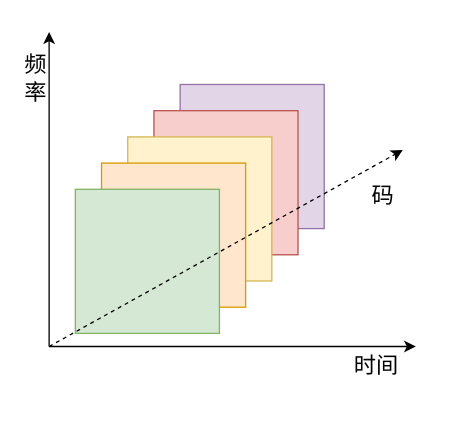
Before: CDMA.drawio in xiaotudoudoudoud/pipilu, a draw.io diagram. Source tidied: cells renumbered, new cells numbered last; positions are measured from the earlier drawing's top-left corner, leaving out a move shared by most shapes. Both pictures are drawn from the tidied source at 131%, with x=0, y=0 at pixel (22, 31).
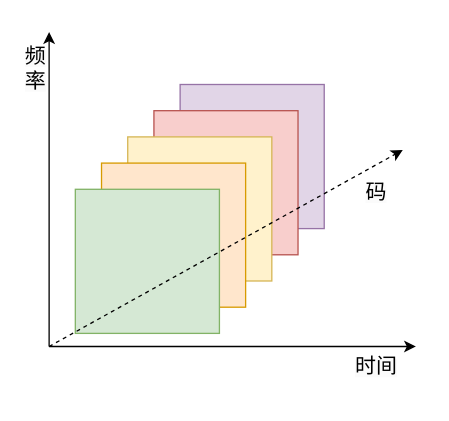
The same page after the edit.

The edit, as a diff of the source:
```diff
@@
 <mxGraphModel>
   <root>
     <mxCell id="0" />
     <mxCell id="1" parent="0" />
     <mxCell id="2" style="endArrow=classic;html=1;rounded=0;" parent="1" edge="1">
       <mxGeometry relative="1" as="geometry">
         <mxPoint x="20" y="240" as="sourcePoint" />
         <mxPoint x="300" y="240" as="targetPoint" />
       </mxGeometry>
     </mxCell>
     <mxCell id="3" style="endArrow=classic;html=1;rounded=0;" parent="1" edge="1">
       <mxGeometry relative="1" as="geometry">
         <mxPoint x="20" y="240" as="sourcePoint" />
         <mxPoint x="20" as="targetPoint" />
       </mxGeometry>
     </mxCell>
     <mxCell id="4" style="whiteSpace=wrap;html=1;fillColor=#e1d5e7;strokeColor=#9673a6;" parent="1" vertex="1">
       <mxGeometry x="120" y="40" width="110" height="110" as="geometry" />
     </mxCell>
     <mxCell id="5" style="whiteSpace=wrap;html=1;fillColor=#f8cecc;strokeColor=#b85450;" parent="1" vertex="1">
       <mxGeometry x="100" y="60" width="110" height="110" as="geometry" />
     </mxCell>
     <mxCell id="6" style="whiteSpace=wrap;html=1;fillColor=#fff2cc;strokeColor=#d6b656;" parent="1" vertex="1">
       <mxGeometry x="80" y="80" width="110" height="110" as="geometry" />
     </mxCell>
     <mxCell id="7" style="whiteSpace=wrap;html=1;fillColor=#ffe6cc;strokeColor=#d79b00;" parent="1" vertex="1">
       <mxGeometry x="60" y="100" width="110" height="110" as="geometry" />
     </mxCell>
     <mxCell id="8" style="whiteSpace=wrap;html=1;fillColor=#d5e8d4;strokeColor=#82b366;" parent="1" vertex="1">
       <mxGeometry x="40" y="120" width="110" height="110" as="geometry" />
     </mxCell>
     <mxCell id="9" style="endArrow=classic;html=1;rounded=0;dashed=1;" parent="1" edge="1">
       <mxGeometry relative="1" as="geometry">
         <mxPoint x="20" y="240" as="sourcePoint" />
         <mxPoint x="290" y="90" as="targetPoint" />
       </mxGeometry>
     </mxCell>
-    <mxCell id="10" value="&lt;font style=&quot;font-size: 17px;&quot; face=&quot;Verdana&quot;&gt;时间&lt;/font&gt;" style="text;html=1;align=center;verticalAlign=middle;whiteSpace=wrap;rounded=0;" parent="1" vertex="1">
+    <mxCell id="10" value="&lt;br&gt;&lt;span style=&quot;color: rgb(0, 0, 0); font-family: 宋体; background-color: rgb(251, 251, 251); float: none; display: inline !important;&quot;&gt;&lt;font style=&quot;font-size: 16px;&quot;&gt;时间&lt;/font&gt;&lt;/span&gt;&lt;div&gt;&lt;br&gt;&lt;/div&gt;" style="text;html=1;align=center;verticalAlign=middle;whiteSpace=wrap;rounded=0;" parent="1" vertex="1">
       <mxGeometry x="240" y="240" width="60" height="30" as="geometry" />
     </mxCell>
-    <mxCell id="11" value="&lt;font style=&quot;font-size: 17px;&quot; face=&quot;Verdana&quot;&gt;频率&lt;/font&gt;" style="text;html=1;align=center;verticalAlign=middle;whiteSpace=wrap;rounded=0;" parent="1" vertex="1">
+    <mxCell id="11" value="&lt;span style=&quot;color: rgb(0, 0, 0); font-family: 宋体; font-style: normal; font-variant-ligatures: normal; font-variant-caps: normal; font-weight: 400; letter-spacing: normal; orphans: 2; text-align: center; text-indent: 0px; text-transform: none; widows: 2; word-spacing: 0px; -webkit-text-stroke-width: 0px; white-space: normal; background-color: rgb(251, 251, 251); text-decoration-thickness: initial; text-decoration-style: initial; text-decoration-color: initial; float: none; display: inline !important;&quot;&gt;&lt;font style=&quot;font-size: 16px;&quot;&gt;频率&lt;/font&gt;&lt;/span&gt;&lt;div&gt;&lt;br&gt;&lt;/div&gt;" style="text;html=1;align=center;verticalAlign=middle;whiteSpace=wrap;rounded=0;" parent="1" vertex="1">
       <mxGeometry y="20" width="20" height="30" as="geometry" />
     </mxCell>
-    <mxCell id="12" value="&lt;font style=&quot;font-size: 17px;&quot; face=&quot;Verdana&quot;&gt;码&lt;/font&gt;" style="text;html=1;align=center;verticalAlign=middle;whiteSpace=wrap;rounded=0;" parent="1" vertex="1">
-      <mxGeometry x="260" y="110" width="30" height="30" as="geometry" />
+    <mxCell id="12" value="&lt;br&gt;&lt;span style=&quot;color: rgb(0, 0, 0); font-family: 宋体; background-color: rgb(251, 251, 251); float: none; display: inline !important;&quot;&gt;&lt;font style=&quot;font-size: 16px;&quot;&gt;码&lt;/font&gt;&lt;/span&gt;" style="text;html=1;align=center;verticalAlign=middle;whiteSpace=wrap;rounded=0;" parent="1" vertex="1">
+      <mxGeometry x="255" y="100" width="30" height="30" as="geometry" />
     </mxCell>
   </root>
 </mxGraphModel>
```
